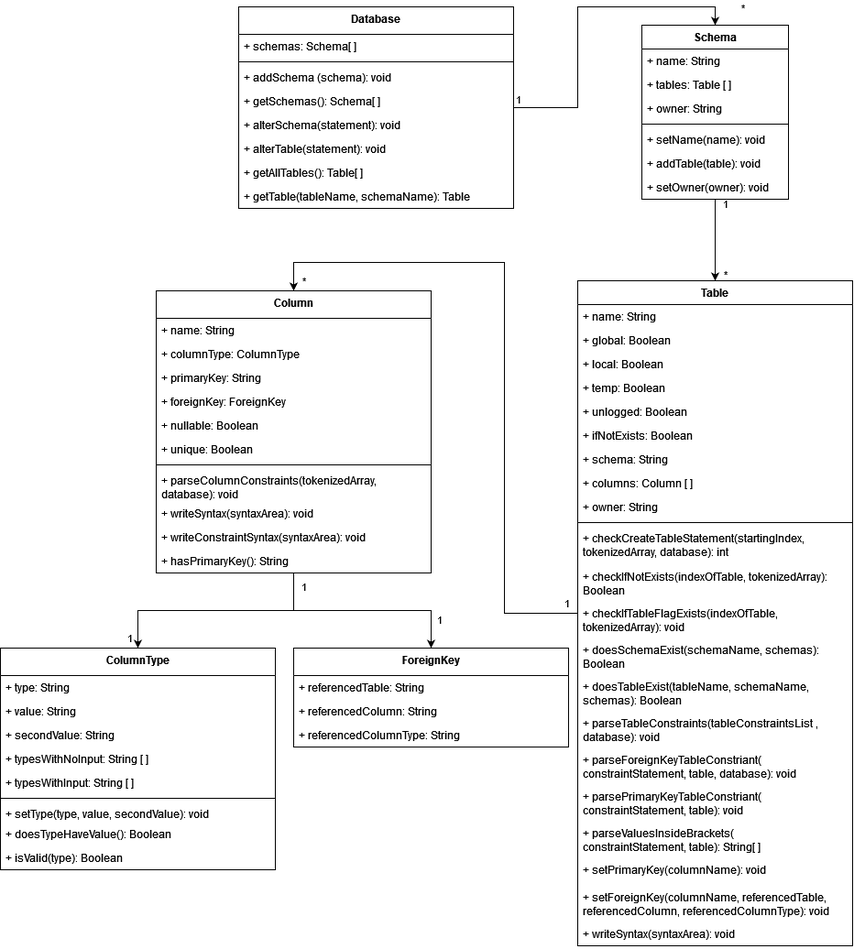
This is MMP Report/classDiagram.png from igor-siergiej/database-visualiser, a draw.io export, as it was before one commit. Source tidied: cells renumbered, new cells last; positions are measured from the earlier drawing's top-left corner, leaving out a move shared by most shapes.
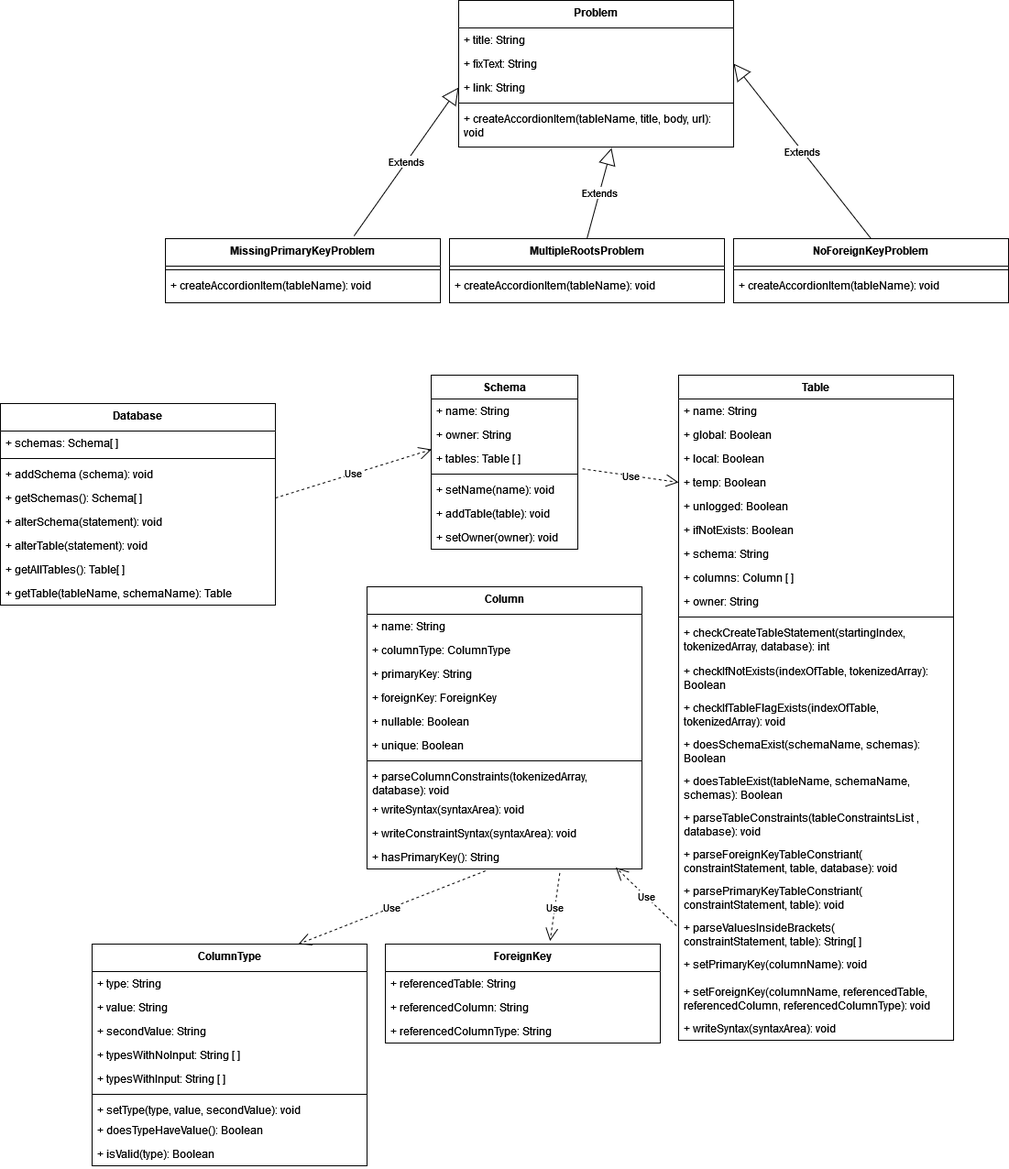
The same file after the commit.

Diff of the diagram source:
```diff
@@ -2,21 +2,8 @@
   <root>
     <mxCell id="0" />
     <mxCell id="1" parent="0" />
-    <mxCell id="2" style="edgeStyle=orthogonalEdgeStyle;rounded=0;jettySize=auto;html=1;entryX=0.5;entryY=0;entryDx=0;entryDy=0;" parent="1" edge="1" source="5" target="17">
-      <mxGeometry relative="1" as="geometry" />
-    </mxCell>
-    <mxCell id="3" value="*" style="edgeLabel;html=1;align=center;verticalAlign=middle;" parent="2" vertex="1">
-      <mxGeometry x="0.82" y="-2" relative="1" as="geometry">
-        <mxPoint x="41" y="-2" as="offset" />
-      </mxGeometry>
-    </mxCell>
-    <mxCell id="4" value="1" style="edgeLabel;html=1;align=center;verticalAlign=middle;" parent="2" vertex="1">
-      <mxGeometry x="-0.91" y="3" relative="1" as="geometry">
-        <mxPoint x="-11" y="-7" as="offset" />
-      </mxGeometry>
-    </mxCell>
     <mxCell id="5" value="&lt;div&gt;Database&lt;/div&gt;&lt;div&gt;&lt;br&gt;&lt;/div&gt;" style="swimlane;fontStyle=1;align=center;verticalAlign=top;horizontal=1;startSize=30;whiteSpace=wrap;html=1;" parent="1" vertex="1">
-      <mxGeometry x="260" width="300" height="220" as="geometry" />
+      <mxGeometry x="-110" y="330" width="300" height="220" as="geometry" />
     </mxCell>
     <mxCell id="6" value="+ schemas: Schema[ ]" style="text;strokeColor=none;fillColor=none;align=left;verticalAlign=top;spacingLeft=4;spacingRight=4;overflow=hidden;whiteSpace=wrap;html=1;" parent="5" vertex="1">
       <mxGeometry y="30" width="300" height="26" as="geometry" />
@@ -42,31 +29,18 @@
     <mxCell id="13" value="+ getTable(tableName, schemaName): Table " style="text;strokeColor=none;fillColor=none;align=left;verticalAlign=top;spacingLeft=4;spacingRight=4;overflow=hidden;whiteSpace=wrap;html=1;" parent="5" vertex="1">
       <mxGeometry y="194" width="300" height="26" as="geometry" />
     </mxCell>
-    <mxCell id="14" style="edgeStyle=orthogonalEdgeStyle;rounded=0;jettySize=auto;html=1;entryX=0.5;entryY=0;entryDx=0;entryDy=0;" parent="1" edge="1" source="17" target="28">
-      <mxGeometry relative="1" as="geometry" />
-    </mxCell>
-    <mxCell id="15" value="1" style="edgeLabel;html=1;align=center;verticalAlign=middle;" parent="14" vertex="1">
-      <mxGeometry x="-0.89" relative="1" as="geometry">
-        <mxPoint x="10" as="offset" />
-      </mxGeometry>
-    </mxCell>
-    <mxCell id="16" value="*" style="edgeLabel;html=1;align=center;verticalAlign=middle;" parent="14" vertex="1">
-      <mxGeometry x="0.83" y="3" relative="1" as="geometry">
-        <mxPoint x="7" as="offset" />
-      </mxGeometry>
-    </mxCell>
     <mxCell id="17" value="Schema" style="swimlane;fontStyle=1;align=center;verticalAlign=top;horizontal=1;startSize=26;whiteSpace=wrap;html=1;" parent="1" vertex="1">
-      <mxGeometry x="700" y="20" width="160" height="190" as="geometry" />
+      <mxGeometry x="360" y="299" width="160" height="190" as="geometry" />
     </mxCell>
     <mxCell id="18" value="+ name: String" style="text;strokeColor=none;fillColor=none;align=left;verticalAlign=top;spacingLeft=4;spacingRight=4;overflow=hidden;whiteSpace=wrap;html=1;" parent="17" vertex="1">
       <mxGeometry y="26" width="160" height="26" as="geometry" />
     </mxCell>
+    <mxCell id="20" value="+ owner: String" style="text;strokeColor=none;fillColor=none;align=left;verticalAlign=top;spacingLeft=4;spacingRight=4;overflow=hidden;points=[[0,0.5],[1,0.5]];portConstraint=eastwest;whiteSpace=wrap;html=1;" parent="17" vertex="1">
+      <mxGeometry y="52" width="160" height="26" as="geometry" />
+    </mxCell>
     <mxCell id="19" value="+ tables: Table [ ]" style="text;strokeColor=none;fillColor=none;align=left;verticalAlign=top;spacingLeft=4;spacingRight=4;overflow=hidden;points=[[0,0.5],[1,0.5]];portConstraint=eastwest;whiteSpace=wrap;html=1;" parent="17" vertex="1">
-      <mxGeometry y="52" width="160" height="26" as="geometry" />
+      <mxGeometry y="78" width="160" height="26" as="geometry" />
     </mxCell>
-    <mxCell id="20" value="+ owner: String" style="text;strokeColor=none;fillColor=none;align=left;verticalAlign=top;spacingLeft=4;spacingRight=4;overflow=hidden;points=[[0,0.5],[1,0.5]];portConstraint=eastwest;whiteSpace=wrap;html=1;" parent="17" vertex="1">
-      <mxGeometry y="78" width="160" height="26" as="geometry" />
-    </mxCell>
     <mxCell id="21" style="line;strokeWidth=1;fillColor=none;align=left;verticalAlign=middle;spacingTop=-1;spacingLeft=3;spacingRight=3;labelPosition=right;strokeColor=inherit;" parent="17" vertex="1">
       <mxGeometry y="104" width="160" height="8" as="geometry" />
     </mxCell>
@@ -79,19 +53,6 @@
     <mxCell id="24" value="+ setOwner(owner): void" style="text;strokeColor=none;fillColor=none;align=left;verticalAlign=top;spacingLeft=4;spacingRight=4;overflow=hidden;whiteSpace=wrap;html=1;" parent="17" vertex="1">
       <mxGeometry y="164" width="160" height="26" as="geometry" />
     </mxCell>
-    <mxCell id="25" style="edgeStyle=orthogonalEdgeStyle;rounded=0;jettySize=auto;html=1;entryX=0.5;entryY=0;entryDx=0;entryDy=0;" parent="1" edge="1" source="28" target="56">
-      <mxGeometry relative="1" as="geometry" />
-    </mxCell>
-    <mxCell id="26" value="*" style="edgeLabel;html=1;align=center;verticalAlign=middle;" parent="25" vertex="1">
-      <mxGeometry x="0.93" y="2" relative="1" as="geometry">
-        <mxPoint x="8" y="14" as="offset" />
-      </mxGeometry>
-    </mxCell>
-    <mxCell id="27" value="1" style="edgeLabel;html=1;align=center;verticalAlign=middle;" parent="25" vertex="1">
-      <mxGeometry x="-0.97" y="-2" relative="1" as="geometry">
-        <mxPoint y="-10" as="offset" />
-      </mxGeometry>
-    </mxCell>
     <mxCell id="28" value="Table" style="swimlane;fontStyle=1;align=center;verticalAlign=top;horizontal=1;startSize=26;whiteSpace=wrap;html=1;" parent="1" vertex="1">
       <mxGeometry x="630" y="299" width="300" height="726" as="geometry" />
     </mxCell>
@@ -161,29 +122,8 @@
     <mxCell id="50" value="+ writeSyntax(syntaxArea): void" style="text;strokeColor=none;fillColor=none;align=left;verticalAlign=top;spacingLeft=4;spacingRight=4;overflow=hidden;whiteSpace=wrap;html=1;" parent="28" vertex="1">
       <mxGeometry y="700" width="300" height="26" as="geometry" />
     </mxCell>
-    <mxCell id="51" style="edgeStyle=orthogonalEdgeStyle;rounded=0;jettySize=auto;html=1;entryX=0.5;entryY=0;entryDx=0;entryDy=0;" parent="1" edge="1" source="56" target="68">
-      <mxGeometry relative="1" as="geometry" />
-    </mxCell>
-    <mxCell id="52" value="1" style="edgeLabel;html=1;align=center;verticalAlign=middle;" parent="51" vertex="1">
-      <mxGeometry x="0.84" relative="1" as="geometry">
-        <mxPoint x="-10" y="7" as="offset" />
-      </mxGeometry>
-    </mxCell>
-    <mxCell id="53" style="edgeStyle=orthogonalEdgeStyle;rounded=0;jettySize=auto;html=1;entryX=0.5;entryY=0;entryDx=0;entryDy=0;" parent="1" edge="1" source="56" target="78">
-      <mxGeometry relative="1" as="geometry" />
-    </mxCell>
-    <mxCell id="54" value="1" style="edgeLabel;html=1;align=center;verticalAlign=middle;" parent="53" vertex="1">
-      <mxGeometry x="-0.9" y="-2" relative="1" as="geometry">
-        <mxPoint x="12" y="3" as="offset" />
-      </mxGeometry>
-    </mxCell>
-    <mxCell id="55" value="1" style="edgeLabel;html=1;align=center;verticalAlign=middle;" parent="53" vertex="1">
-      <mxGeometry x="0.63" y="-1" relative="1" as="geometry">
-        <mxPoint x="11" y="8" as="offset" />
-      </mxGeometry>
-    </mxCell>
     <mxCell id="56" value="Column" style="swimlane;fontStyle=1;align=center;verticalAlign=top;horizontal=1;startSize=30;whiteSpace=wrap;html=1;" parent="1" vertex="1">
-      <mxGeometry x="170" y="310" width="300" height="308" as="geometry" />
+      <mxGeometry x="290" y="530" width="300" height="308" as="geometry" />
     </mxCell>
     <mxCell id="57" value="+ name: String" style="text;strokeColor=none;fillColor=none;align=left;verticalAlign=top;spacingLeft=4;spacingRight=4;overflow=hidden;whiteSpace=wrap;html=1;" parent="56" vertex="1">
       <mxGeometry y="30" width="300" height="26" as="geometry" />
@@ -219,7 +159,7 @@
       <mxGeometry y="282" width="300" height="26" as="geometry" />
     </mxCell>
     <mxCell id="68" value="ColumnType" style="swimlane;fontStyle=1;align=center;verticalAlign=top;horizontal=1;startSize=30;whiteSpace=wrap;html=1;" parent="1" vertex="1">
-      <mxGeometry y="700" width="300" height="242" as="geometry" />
+      <mxGeometry x="-10" y="920" width="300" height="242" as="geometry" />
     </mxCell>
     <mxCell id="69" value="+ type: String" style="text;strokeColor=none;fillColor=none;align=left;verticalAlign=top;spacingLeft=4;spacingRight=4;overflow=hidden;whiteSpace=wrap;html=1;" parent="68" vertex="1">
       <mxGeometry y="30" width="300" height="26" as="geometry" />
@@ -249,7 +189,7 @@
       <mxGeometry y="216" width="300" height="26" as="geometry" />
     </mxCell>
     <mxCell id="78" value="ForeignKey" style="swimlane;fontStyle=1;align=center;verticalAlign=top;horizontal=1;startSize=30;whiteSpace=wrap;html=1;" parent="1" vertex="1">
-      <mxGeometry x="320" y="700" width="300" height="108" as="geometry" />
+      <mxGeometry x="310" y="920" width="300" height="108" as="geometry" />
     </mxCell>
     <mxCell id="79" value="+ referencedTable: String" style="text;strokeColor=none;fillColor=none;align=left;verticalAlign=top;spacingLeft=4;spacingRight=4;overflow=hidden;whiteSpace=wrap;html=1;" parent="78" vertex="1">
       <mxGeometry y="30" width="300" height="26" as="geometry" />
@@ -260,5 +200,74 @@
     <mxCell id="81" value="+ referencedColumnType: String" style="text;strokeColor=none;fillColor=none;align=left;verticalAlign=top;spacingLeft=4;spacingRight=4;overflow=hidden;whiteSpace=wrap;html=1;" parent="78" vertex="1">
       <mxGeometry y="82" width="300" height="26" as="geometry" />
     </mxCell>
+    <mxCell id="82" value="Problem" style="swimlane;fontStyle=1;align=center;verticalAlign=top;horizontal=1;startSize=30;whiteSpace=wrap;html=1;" parent="1" vertex="1">
+      <mxGeometry x="390" y="-110" width="300" height="160" as="geometry" />
+    </mxCell>
+    <mxCell id="83" value="+ title: String" style="text;strokeColor=none;fillColor=none;align=left;verticalAlign=top;spacingLeft=4;spacingRight=4;overflow=hidden;whiteSpace=wrap;html=1;" parent="82" vertex="1">
+      <mxGeometry y="30" width="300" height="26" as="geometry" />
+    </mxCell>
+    <mxCell id="84" value="+ fixText: String" style="text;strokeColor=none;fillColor=none;align=left;verticalAlign=top;spacingLeft=4;spacingRight=4;overflow=hidden;points=[[0,0.5],[1,0.5]];portConstraint=eastwest;whiteSpace=wrap;html=1;" parent="82" vertex="1">
+      <mxGeometry y="56" width="300" height="26" as="geometry" />
+    </mxCell>
+    <mxCell id="85" value="+ link: String" style="text;strokeColor=none;fillColor=none;align=left;verticalAlign=top;spacingLeft=4;spacingRight=4;overflow=hidden;points=[[0,0.5],[1,0.5]];portConstraint=eastwest;whiteSpace=wrap;html=1;" parent="82" vertex="1">
+      <mxGeometry y="82" width="300" height="26" as="geometry" />
+    </mxCell>
+    <mxCell id="86" style="line;strokeWidth=1;fillColor=none;align=left;verticalAlign=middle;spacingTop=-1;spacingLeft=3;spacingRight=3;labelPosition=right;strokeColor=inherit;" parent="82" vertex="1">
+      <mxGeometry y="108" width="300" height="8" as="geometry" />
+    </mxCell>
+    <mxCell id="87" value="+ createAccordionItem(tableName, title, body, url): void" style="text;strokeColor=none;fillColor=none;align=left;verticalAlign=top;spacingLeft=4;spacingRight=4;overflow=hidden;points=[[0,0.5],[1,0.5]];portConstraint=eastwest;whiteSpace=wrap;html=1;" parent="82" vertex="1">
+      <mxGeometry y="116" width="300" height="44" as="geometry" />
+    </mxCell>
+    <mxCell id="88" value="NoForeignKeyProblem" style="swimlane;fontStyle=1;align=center;verticalAlign=top;horizontal=1;startSize=30;whiteSpace=wrap;html=1;" parent="1" vertex="1">
+      <mxGeometry x="690" y="150" width="300" height="70" as="geometry" />
+    </mxCell>
+    <mxCell id="89" style="line;strokeWidth=1;fillColor=none;align=left;verticalAlign=middle;spacingTop=-1;spacingLeft=3;spacingRight=3;labelPosition=right;strokeColor=inherit;" parent="88" vertex="1">
+      <mxGeometry y="30" width="300" height="8" as="geometry" />
+    </mxCell>
+    <mxCell id="90" value="+ createAccordionItem(tableName): void" style="text;strokeColor=none;fillColor=none;align=left;verticalAlign=top;spacingLeft=4;spacingRight=4;overflow=hidden;whiteSpace=wrap;html=1;" parent="88" vertex="1">
+      <mxGeometry y="38" width="300" height="32" as="geometry" />
+    </mxCell>
+    <mxCell id="91" value="MultipleRootsProblem" style="swimlane;fontStyle=1;align=center;verticalAlign=top;horizontal=1;startSize=30;whiteSpace=wrap;html=1;" parent="1" vertex="1">
+      <mxGeometry x="380" y="150" width="300" height="70" as="geometry" />
+    </mxCell>
+    <mxCell id="92" style="line;strokeWidth=1;fillColor=none;align=left;verticalAlign=middle;spacingTop=-1;spacingLeft=3;spacingRight=3;labelPosition=right;strokeColor=inherit;" parent="91" vertex="1">
+      <mxGeometry y="30" width="300" height="8" as="geometry" />
+    </mxCell>
+    <mxCell id="93" value="+ createAccordionItem(tableName): void" style="text;strokeColor=none;fillColor=none;align=left;verticalAlign=top;spacingLeft=4;spacingRight=4;overflow=hidden;whiteSpace=wrap;html=1;" parent="91" vertex="1">
+      <mxGeometry y="38" width="300" height="32" as="geometry" />
+    </mxCell>
+    <mxCell id="94" value="MissingPrimaryKeyProblem" style="swimlane;fontStyle=1;align=center;verticalAlign=top;horizontal=1;startSize=30;whiteSpace=wrap;html=1;" parent="1" vertex="1">
+      <mxGeometry x="70" y="150" width="300" height="70" as="geometry" />
+    </mxCell>
+    <mxCell id="95" style="line;strokeWidth=1;fillColor=none;align=left;verticalAlign=middle;spacingTop=-1;spacingLeft=3;spacingRight=3;labelPosition=right;strokeColor=inherit;" parent="94" vertex="1">
+      <mxGeometry y="30" width="300" height="8" as="geometry" />
+    </mxCell>
+    <mxCell id="96" value="+ createAccordionItem(tableName): void" style="text;strokeColor=none;fillColor=none;align=left;verticalAlign=top;spacingLeft=4;spacingRight=4;overflow=hidden;whiteSpace=wrap;html=1;" parent="94" vertex="1">
+      <mxGeometry y="38" width="300" height="32" as="geometry" />
+    </mxCell>
+    <mxCell id="97" value="Extends" style="endArrow=block;endSize=16;endFill=0;html=1;rounded=0;entryX=1;entryY=0.5;entryDx=0;entryDy=0;exitX=0.5;exitY=0;exitDx=0;exitDy=0;" parent="1" edge="1" source="88" target="84">
+      <mxGeometry relative="1" as="geometry" />
+    </mxCell>
+    <mxCell id="98" value="Extends" style="endArrow=block;endSize=16;endFill=0;html=1;rounded=0;entryX=0.556;entryY=1.026;entryDx=0;entryDy=0;exitX=0.5;exitY=0;exitDx=0;exitDy=0;entryPerimeter=0;" parent="1" edge="1" source="91" target="87">
+      <mxGeometry relative="1" as="geometry" />
+    </mxCell>
+    <mxCell id="99" value="Extends" style="endArrow=block;endSize=16;endFill=0;html=1;rounded=0;entryX=0;entryY=0.5;entryDx=0;entryDy=0;exitX=0.686;exitY=-0.041;exitDx=0;exitDy=0;exitPerimeter=0;" parent="1" edge="1" source="94" target="85">
+      <mxGeometry relative="1" as="geometry" />
+    </mxCell>
+    <mxCell id="100" value="Use" style="endArrow=open;endSize=12;dashed=1;html=1;rounded=0;exitX=1.032;exitY=0.932;exitDx=0;exitDy=0;exitPerimeter=0;entryX=0;entryY=0.5;entryDx=0;entryDy=0;" parent="1" edge="1" source="19" target="32">
+      <mxGeometry relative="1" as="geometry" />
+    </mxCell>
+    <mxCell id="101" value="Use" style="endArrow=open;endSize=12;dashed=1;html=1;rounded=0;entryX=0.003;entryY=1.118;entryDx=0;entryDy=0;entryPerimeter=0;exitX=1;exitY=0.5;exitDx=0;exitDy=0;" parent="1" edge="1" source="9" target="20">
+      <mxGeometry relative="1" as="geometry" />
+    </mxCell>
+    <mxCell id="102" value="Use" style="endArrow=open;endSize=12;dashed=1;html=1;rounded=0;entryX=0.905;entryY=0.943;entryDx=0;entryDy=0;entryPerimeter=0;exitX=-0.008;exitY=0.276;exitDx=0;exitDy=0;exitPerimeter=0;" parent="1" edge="1" source="47" target="67">
+      <mxGeometry relative="1" as="geometry" />
+    </mxCell>
+    <mxCell id="103" value="Use" style="endArrow=open;endSize=12;dashed=1;html=1;rounded=0;entryX=0.75;entryY=0;entryDx=0;entryDy=0;exitX=0.431;exitY=1.079;exitDx=0;exitDy=0;exitPerimeter=0;" parent="1" edge="1" source="67" target="68">
+      <mxGeometry relative="1" as="geometry" />
+    </mxCell>
+    <mxCell id="104" value="Use" style="endArrow=open;endSize=12;dashed=1;html=1;rounded=0;entryX=0.599;entryY=-0.032;entryDx=0;entryDy=0;entryPerimeter=0;exitX=0.701;exitY=1.17;exitDx=0;exitDy=0;exitPerimeter=0;" parent="1" edge="1" source="67" target="78">
+      <mxGeometry relative="1" as="geometry" />
+    </mxCell>
   </root>
 </mxGraphModel>
```
